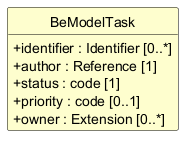
The PlantUML diagram exports/diagrams/BeModelTask-uml.png in caresets/caresets-src, before a commit. Its diagram source:
```plantuml
@startuml
skinparam shadowing false
skinparam classAttributeIconSize 0
skinparam linetype ortho
skinparam class {
  BackgroundColor #FEFECE
  BorderColor #000000
  ArrowColor #000000
  FontStyle bold
  AttributeFontStyle normal
}
hide circle
hide empty members

class "BeModelTask" as BeModelTask {
  +identifier : Identifier [0..*]
  +author : Reference [1]
  +status : code [1]
  +priority : code [0..1]
  +owner : Extension [0..*]
}

@enduml
```
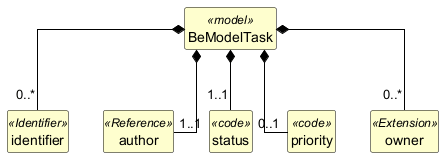
The same file after the commit.

What changed in the source:
```diff
@@ -12,12 +12,27 @@
 hide circle
 hide empty members
 
-class "BeModelTask" as BeModelTask {
-  +identifier : Identifier [0..*]
-  +author : Reference [1]
-  +status : code [1]
-  +priority : code [0..1]
-  +owner : Extension [0..*]
+class "BeModelTask" as BeModelTask <<model>> {
 }
 
+class "identifier" as BeModelTask_identifier <<Identifier>> {
+}
+
+class "author" as BeModelTask_author <<Reference>> {
+}
+
+class "status" as BeModelTask_status <<code>> {
+}
+
+class "priority" as BeModelTask_priority <<code>> {
+}
+
+class "owner" as BeModelTask_owner <<Extension>> {
+}
+
+BeModelTask *-- "0..*" BeModelTask_identifier
+BeModelTask *-- "1..1" BeModelTask_author
+BeModelTask *-- "1..1" BeModelTask_status
+BeModelTask *-- "0..1" BeModelTask_priority
+BeModelTask *-- "0..*" BeModelTask_owner
 @enduml
```
